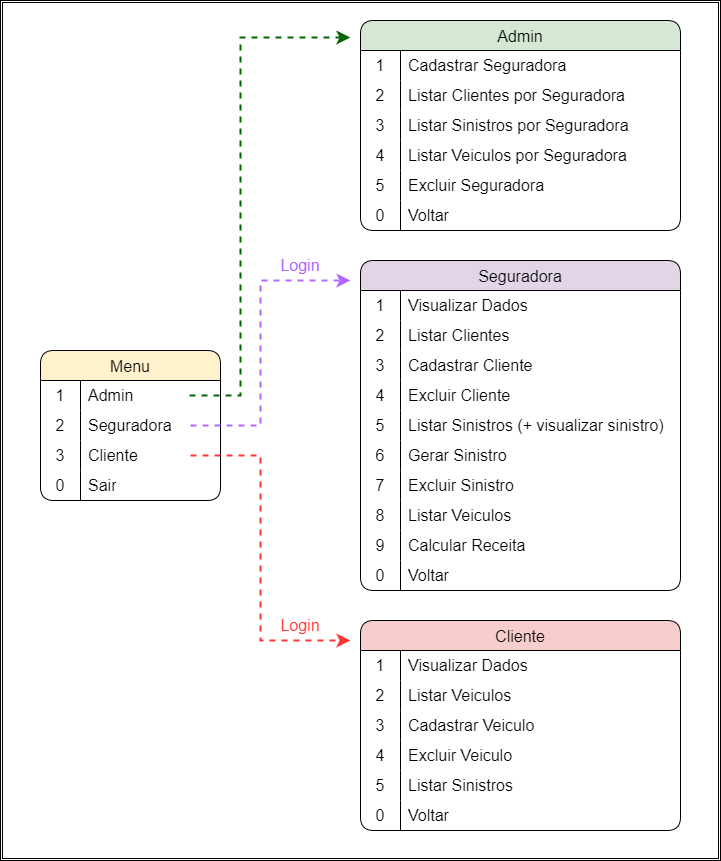
Earlier version of the draw.io export Lab04/images/Menu_Interativo.png (phdaccache/MC322). Source tidied: cells renumbered, new cells last; positions are measured from the earlier drawing's top-left corner, leaving out a move shared by most shapes.
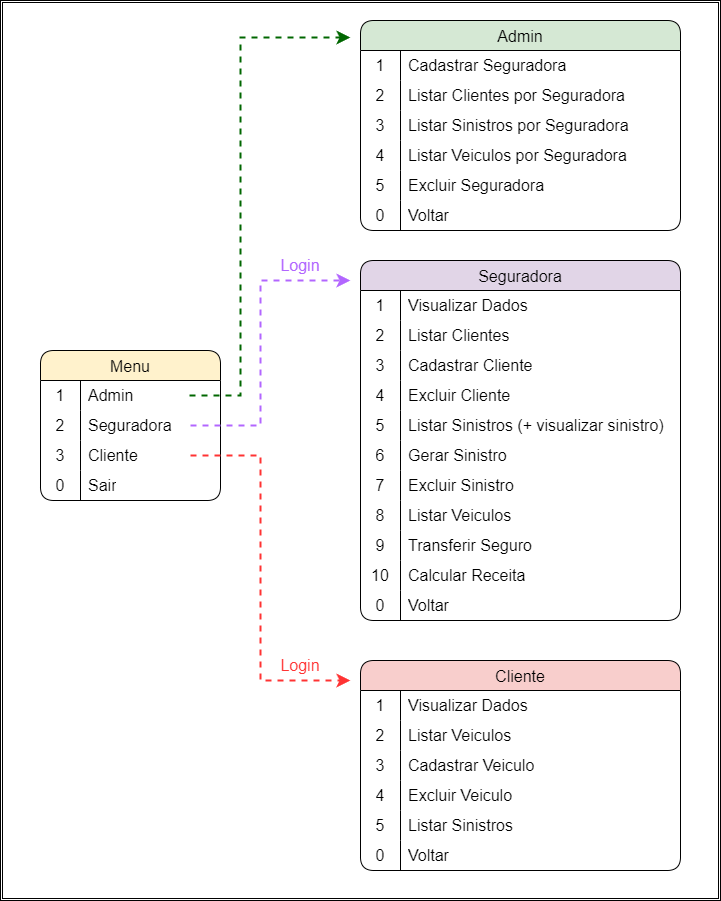
Above is the later version.

Commit message:
change menu interativo

Diff of the diagram source:
```diff
@@ -2,9 +2,9 @@
   <root>
     <mxCell id="0" />
     <mxCell id="1" parent="0" />
-    <mxCell id="2" style="shape=ext;double=1;rounded=0;whiteSpace=wrap;html=1;fillColor=#FFFFFF;strokeColor=#000000;" parent="1" vertex="1">
-      <mxGeometry width="720" height="860" as="geometry" />
-    </mxCell>
+    <mxCell id="90" style="shape=ext;double=1;rounded=0;whiteSpace=wrap;html=1;fillColor=#FFFFFF;strokeColor=#000000;" parent="1" vertex="1">
+      <mxGeometry width="720" height="900" as="geometry" />
+    </mxCell>
     <mxCell id="3" value="Menu" style="shape=table;startSize=30;rowLines=0;fontStyle=0;strokeColor=default;fontSize=16;fillColor=#fff2cc;fontColor=#000000;fillStyle=auto;rounded=1;gradientColor=none;shadow=0;swimlaneFillColor=default;labelBackgroundColor=none;swimlaneLine=1;labelBorderColor=none;" parent="1" vertex="1">
       <mxGeometry x="40" y="350" width="180" height="150" as="geometry" />
     </mxCell>
@@ -102,7 +102,7 @@
       <mxGeometry x="40" width="280" height="30" as="geometry" />
     </mxCell>
     <mxCell id="35" value="Seguradora" style="shape=table;startSize=30;rowLines=0;fontStyle=0;strokeColor=default;fontSize=16;fillColor=#e1d5e7;fontColor=#000000;fillStyle=auto;rounded=1;gradientColor=none;shadow=0;swimlaneFillColor=default;labelBackgroundColor=none;swimlaneLine=1;" parent="1" vertex="1">
-      <mxGeometry x="360" y="260" width="320" height="330" as="geometry" />
+      <mxGeometry x="360" y="260" width="320" height="360" as="geometry" />
     </mxCell>
     <mxCell id="36" style="shape=tableRow;horizontal=0;startSize=0;swimlaneHead=0;swimlaneBody=0;top=0;left=0;bottom=0;right=0;fillColor=none;strokeColor=inherit;fontSize=16;" parent="35" vertex="1">
       <mxGeometry y="30" width="320" height="30" as="geometry" />
@@ -182,20 +182,29 @@
     <mxCell id="61" value="9" style="shape=partialRectangle;html=1;whiteSpace=wrap;fillColor=none;top=0;left=0;bottom=0;right=0;overflow=hidden;strokeColor=inherit;fontSize=16;" parent="60" vertex="1">
       <mxGeometry width="40" height="30" as="geometry" />
     </mxCell>
-    <mxCell id="62" value="Calcular Receita" style="shape=partialRectangle;html=1;whiteSpace=wrap;fillColor=none;top=0;left=0;bottom=0;right=0;align=left;spacingLeft=6;overflow=hidden;strokeColor=inherit;fontSize=16;" parent="60" vertex="1">
+    <mxCell id="62" value="Transferir Seguro" style="shape=partialRectangle;html=1;whiteSpace=wrap;fillColor=none;top=0;left=0;bottom=0;right=0;align=left;spacingLeft=6;overflow=hidden;strokeColor=inherit;fontSize=16;" parent="60" vertex="1">
       <mxGeometry x="40" width="280" height="30" as="geometry" />
     </mxCell>
     <mxCell id="63" style="shape=tableRow;horizontal=0;startSize=0;swimlaneHead=0;swimlaneBody=0;top=0;left=0;bottom=0;right=0;fillColor=none;strokeColor=inherit;fontSize=16;" parent="35" vertex="1">
       <mxGeometry y="300" width="320" height="30" as="geometry" />
     </mxCell>
-    <mxCell id="64" value="0" style="shape=partialRectangle;html=1;whiteSpace=wrap;fillColor=none;top=0;left=0;bottom=0;right=0;overflow=hidden;strokeColor=inherit;fontSize=16;" parent="63" vertex="1">
+    <mxCell id="64" value="10" style="shape=partialRectangle;html=1;whiteSpace=wrap;fillColor=none;top=0;left=0;bottom=0;right=0;overflow=hidden;strokeColor=inherit;fontSize=16;" parent="63" vertex="1">
       <mxGeometry width="40" height="30" as="geometry" />
     </mxCell>
-    <mxCell id="65" value="Voltar" style="shape=partialRectangle;html=1;whiteSpace=wrap;fillColor=none;top=0;left=0;bottom=0;right=0;align=left;spacingLeft=6;overflow=hidden;strokeColor=inherit;fontSize=16;" parent="63" vertex="1">
+    <mxCell id="65" value="Calcular Receita" style="shape=partialRectangle;html=1;whiteSpace=wrap;fillColor=none;top=0;left=0;bottom=0;right=0;align=left;spacingLeft=6;overflow=hidden;strokeColor=inherit;fontSize=16;" parent="63" vertex="1">
       <mxGeometry x="40" width="280" height="30" as="geometry" />
     </mxCell>
+    <mxCell id="91" style="shape=tableRow;horizontal=0;startSize=0;swimlaneHead=0;swimlaneBody=0;top=0;left=0;bottom=0;right=0;fillColor=none;strokeColor=inherit;fontSize=16;" parent="35" vertex="1">
+      <mxGeometry y="330" width="320" height="30" as="geometry" />
+    </mxCell>
+    <mxCell id="92" value="0" style="shape=partialRectangle;html=1;whiteSpace=wrap;fillColor=none;top=0;left=0;bottom=0;right=0;overflow=hidden;strokeColor=inherit;fontSize=16;" parent="91" vertex="1">
+      <mxGeometry width="40" height="30" as="geometry" />
+    </mxCell>
+    <mxCell id="93" value="Voltar" style="shape=partialRectangle;html=1;whiteSpace=wrap;fillColor=none;top=0;left=0;bottom=0;right=0;align=left;spacingLeft=6;overflow=hidden;strokeColor=inherit;fontSize=16;" parent="91" vertex="1">
+      <mxGeometry x="40" width="280" height="30" as="geometry" />
+    </mxCell>
     <mxCell id="66" value="Cliente" style="shape=table;startSize=30;rowLines=0;fontStyle=0;strokeColor=default;fontSize=16;fillColor=#f8cecc;fontColor=#000000;fillStyle=auto;rounded=1;gradientColor=none;shadow=0;swimlaneFillColor=default;labelBackgroundColor=none;swimlaneLine=1;" parent="1" vertex="1">
-      <mxGeometry x="360" y="620" width="320" height="210" as="geometry" />
+      <mxGeometry x="360" y="660" width="320" height="210" as="geometry" />
     </mxCell>
     <mxCell id="67" style="shape=tableRow;horizontal=0;startSize=0;swimlaneHead=0;swimlaneBody=0;top=0;left=0;bottom=0;right=0;fillColor=none;strokeColor=inherit;fontSize=16;" parent="66" vertex="1">
       <mxGeometry y="30" width="320" height="30" as="geometry" />
@@ -272,7 +281,7 @@
     <mxCell id="87" style="edgeStyle=elbowEdgeStyle;elbow=horizontal;endArrow=classic;html=1;curved=0;rounded=0;endSize=8;startSize=8;strokeColor=#ff3333;dashed=1;strokeWidth=2;" parent="1" edge="1">
       <mxGeometry relative="1" as="geometry">
         <mxPoint x="190" y="455" as="sourcePoint" />
-        <mxPoint x="350" y="640" as="targetPoint" />
+        <mxPoint x="350" y="680" as="targetPoint" />
         <Array as="points">
           <mxPoint x="260" y="550" />
         </Array>
@@ -282,7 +291,7 @@
       <mxGeometry x="270" y="250" width="60" height="30" as="geometry" />
     </mxCell>
     <mxCell id="89" value="&lt;font color=&quot;#ff3333&quot; style=&quot;font-size: 16px;&quot;&gt;Login&lt;/font&gt;" style="text;strokeColor=none;align=center;fillColor=none;html=1;verticalAlign=middle;whiteSpace=wrap;rounded=0;" parent="1" vertex="1">
-      <mxGeometry x="270" y="610" width="60" height="30" as="geometry" />
+      <mxGeometry x="270" y="650" width="60" height="30" as="geometry" />
     </mxCell>
   </root>
 </mxGraphModel>
```
